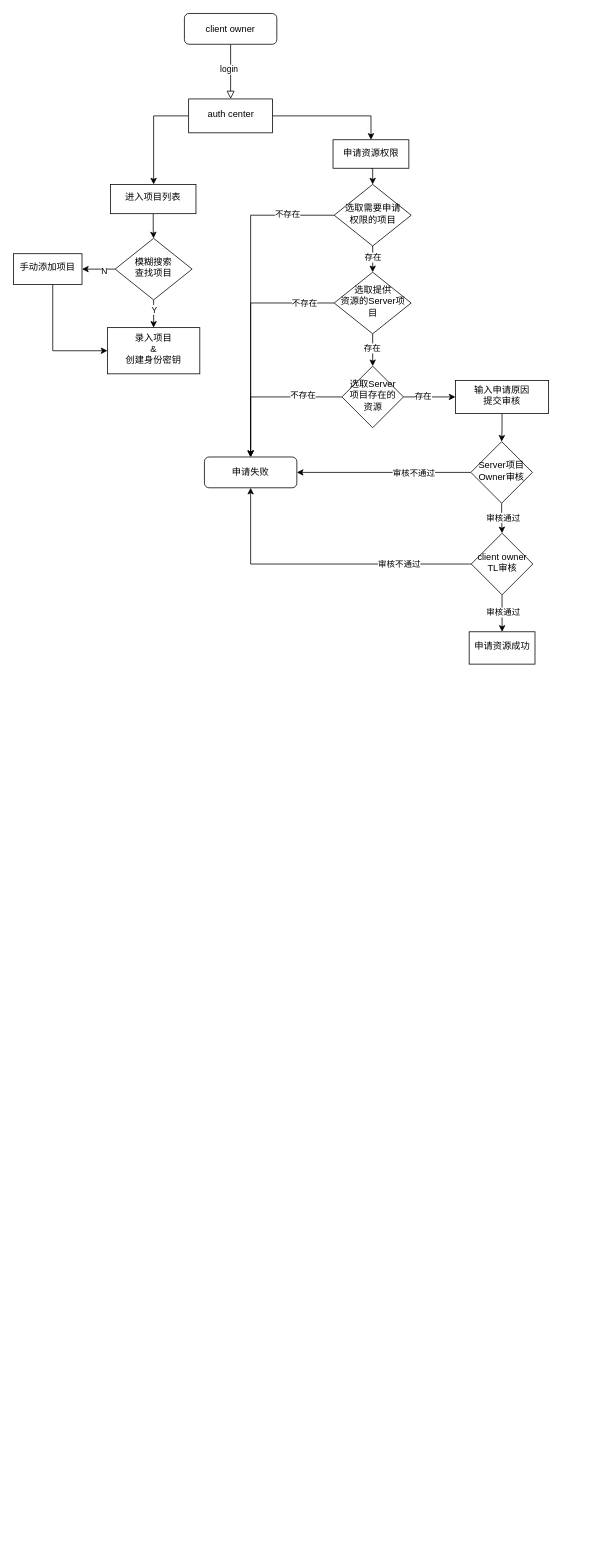
Above: 鉴权中心-client owner与authcenter流程图.drawio in gitcodeporter/draw-uml (draw.io), before the change. Source tidied: cells renumbered, new cells numbered last; positions are measured from the earlier drawing's top-left corner, leaving out a move shared by most shapes. Both pictures are drawn from the tidied source at 77%, with x=0, y=0 at pixel (13, 13).
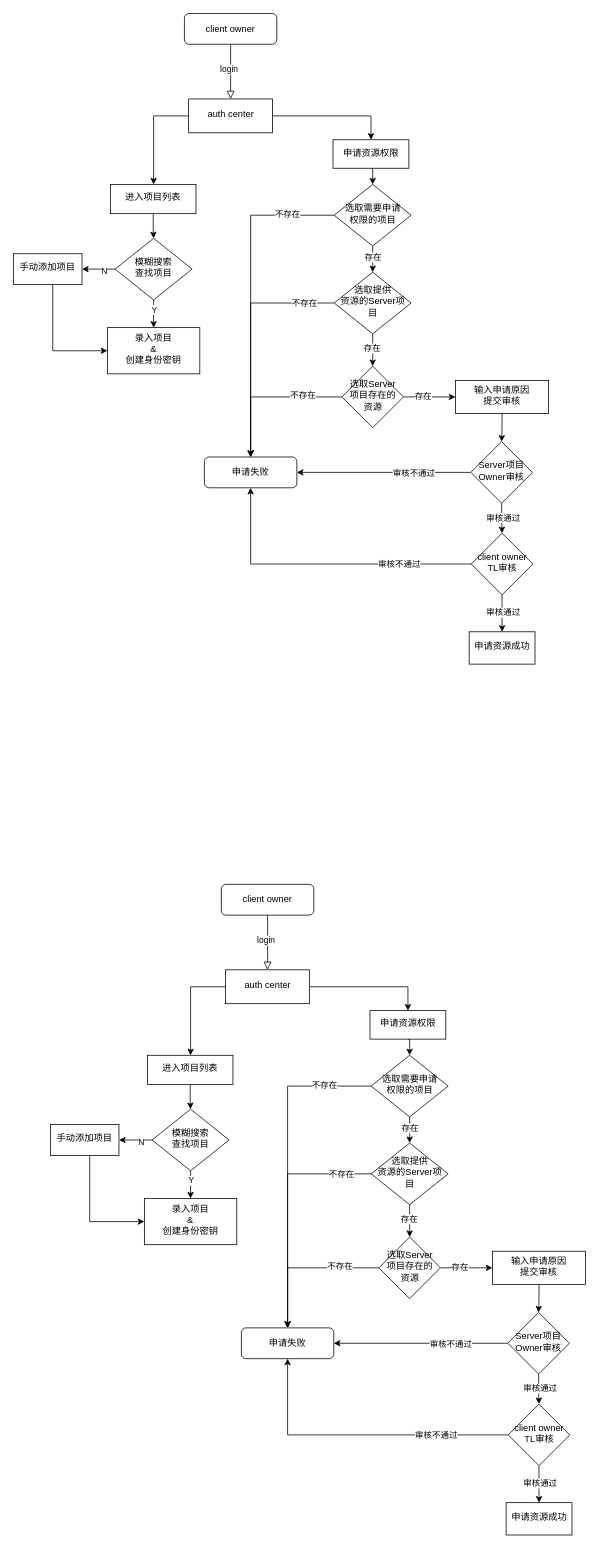
The same page after the edit.

Commit message (it also covers changes not shown here):
更新鉴权中心-client owner与authcenter流程图.drawio

Diff of the diagram source:
```diff
@@
+    <mxCell id="49" style="rounded=0;html=1;jettySize=auto;fontSize=11;endArrow=block;endFill=0;endSize=8;strokeWidth=1;shadow=0;labelBackgroundColor=none;edgeStyle=orthogonalEdgeStyle;entryX=0.5;entryY=0;entryDx=0;entryDy=0;" parent="1" edge="1" source="51" target="91">
+      <mxGeometry relative="1" as="geometry" />
+    </mxCell>
+    <mxCell id="50" value="login" style="edgeLabel;html=1;align=center;verticalAlign=middle;" parent="49" vertex="1">
+      <mxGeometry x="-0.09" y="-3" relative="1" as="geometry" />
+    </mxCell>
+    <mxCell id="51" value="client owner" style="rounded=1;whiteSpace=wrap;html=1;fontSize=12;glass=0;strokeWidth=1;shadow=0;" parent="1" vertex="1">
+      <mxGeometry x="270" y="1131" width="120" height="40" as="geometry" />
+    </mxCell>
+    <mxCell id="52" style="edgeStyle=orthogonalEdgeStyle;rounded=0;jettySize=auto;html=1;entryX=0.5;entryY=0;entryDx=0;entryDy=0;" parent="1" edge="1" source="56" target="62">
+      <mxGeometry relative="1" as="geometry" />
+    </mxCell>
+    <mxCell id="53" value="不存在" style="edgeLabel;html=1;align=center;verticalAlign=middle;" parent="52" vertex="1">
+      <mxGeometry x="-0.68" y="-2" relative="1" as="geometry">
+        <mxPoint x="10" y="2" as="offset" />
+      </mxGeometry>
+    </mxCell>
+    <mxCell id="54" style="edgeStyle=orthogonalEdgeStyle;rounded=0;jettySize=auto;html=1;" parent="1" edge="1" source="56" target="88">
+      <mxGeometry relative="1" as="geometry" />
+    </mxCell>
+    <mxCell id="55" value="存在" style="edgeLabel;html=1;align=center;verticalAlign=middle;" parent="54" vertex="1">
+      <mxGeometry x="-0.14" y="-1" relative="1" as="geometry" />
+    </mxCell>
+    <mxCell id="56" value="选取提供&lt;br&gt;资源的Server项目" style="rhombus;whiteSpace=wrap;html=1;shadow=0;fontFamily=Helvetica;fontSize=12;align=center;strokeWidth=1;spacing=6;spacingTop=-4;" parent="1" vertex="1">
+      <mxGeometry x="464.5" y="1467" width="100" height="80" as="geometry" />
+    </mxCell>
+    <mxCell id="57" style="edgeStyle=orthogonalEdgeStyle;rounded=0;jettySize=auto;html=1;" parent="1" edge="1" source="61" target="68">
+      <mxGeometry relative="1" as="geometry" />
+    </mxCell>
+    <mxCell id="58" value="Y" style="edgeLabel;html=1;align=center;verticalAlign=middle;" parent="57" vertex="1">
+      <mxGeometry x="-0.45" relative="1" as="geometry" />
+    </mxCell>
+    <mxCell id="59" style="edgeStyle=orthogonalEdgeStyle;rounded=0;jettySize=auto;html=1;" parent="1" edge="1" source="61" target="70">
+      <mxGeometry relative="1" as="geometry" />
+    </mxCell>
+    <mxCell id="60" value="N" style="edgeLabel;html=1;align=center;verticalAlign=middle;" parent="59" vertex="1">
+      <mxGeometry x="-0.3" y="2" relative="1" as="geometry" />
+    </mxCell>
+    <mxCell id="61" value="模糊搜索&lt;br&gt;查找项目" style="rhombus;whiteSpace=wrap;html=1;shadow=0;fontFamily=Helvetica;fontSize=12;align=center;strokeWidth=1;spacing=6;spacingTop=-4;" parent="1" vertex="1">
+      <mxGeometry x="180" y="1423" width="100" height="80" as="geometry" />
+    </mxCell>
+    <mxCell id="62" value="申请失败" style="rounded=1;whiteSpace=wrap;html=1;fontSize=12;glass=0;strokeWidth=1;shadow=0;" parent="1" vertex="1">
+      <mxGeometry x="296" y="1707" width="120" height="40" as="geometry" />
+    </mxCell>
+    <mxCell id="63" style="edgeStyle=orthogonalEdgeStyle;rounded=0;jettySize=auto;html=1;exitX=0.5;exitY=1;exitDx=0;exitDy=0;entryX=0.5;entryY=0;entryDx=0;entryDy=0;" parent="1" edge="1" source="67" target="56">
+      <mxGeometry relative="1" as="geometry" />
+    </mxCell>
+    <mxCell id="64" value="存在" style="edgeLabel;html=1;align=center;verticalAlign=middle;" parent="63" vertex="1">
+      <mxGeometry x="-0.18" relative="1" as="geometry" />
+    </mxCell>
+    <mxCell id="65" style="edgeStyle=orthogonalEdgeStyle;rounded=0;jettySize=auto;html=1;entryX=0.5;entryY=0;entryDx=0;entryDy=0;" parent="1" edge="1" source="67" target="62">
+      <mxGeometry relative="1" as="geometry" />
+    </mxCell>
+    <mxCell id="66" value="不存在" style="edgeLabel;html=1;align=center;verticalAlign=middle;" parent="65" vertex="1">
+      <mxGeometry x="-0.71" y="-2" relative="1" as="geometry" />
+    </mxCell>
+    <mxCell id="67" value="选取需要申请&lt;br&gt;权限的项目" style="rhombus;whiteSpace=wrap;html=1;shadow=0;fontFamily=Helvetica;fontSize=12;align=center;strokeWidth=1;spacing=6;spacingTop=-4;" parent="1" vertex="1">
+      <mxGeometry x="464.5" y="1353" width="100" height="80" as="geometry" />
+    </mxCell>
+    <mxCell id="68" value="录入项目 &lt;br&gt;&amp;amp; &lt;br&gt;创建身份密钥" style="whiteSpace=wrap;html=1;shadow=0;strokeWidth=1;spacing=6;spacingTop=-4;" parent="1" vertex="1">
+      <mxGeometry x="170" y="1539" width="120" height="60" as="geometry" />
+    </mxCell>
+    <mxCell id="69" style="edgeStyle=orthogonalEdgeStyle;rounded=0;jettySize=auto;html=1;entryX=0;entryY=0.5;entryDx=0;entryDy=0;" parent="1" edge="1" source="70" target="68">
+      <mxGeometry relative="1" as="geometry">
+        <Array as="points">
+          <mxPoint x="99" y="1569" />
+        </Array>
+      </mxGeometry>
+    </mxCell>
+    <mxCell id="70" value="手动添加项目" style="whiteSpace=wrap;html=1;shadow=0;strokeWidth=1;spacing=6;spacingTop=-4;" parent="1" vertex="1">
+      <mxGeometry x="48" y="1443" width="89" height="40" as="geometry" />
+    </mxCell>
+    <mxCell id="71" style="edgeStyle=orthogonalEdgeStyle;rounded=0;jettySize=auto;html=1;exitX=0.5;exitY=1;exitDx=0;exitDy=0;" parent="1" edge="1" source="72" target="77">
+      <mxGeometry relative="1" as="geometry" />
+    </mxCell>
+    <mxCell id="72" value="输入申请原因&lt;br&gt;提交审核" style="whiteSpace=wrap;html=1;shadow=0;strokeWidth=1;spacing=6;spacingTop=-4;" parent="1" vertex="1">
+      <mxGeometry x="622" y="1607.5" width="121" height="43" as="geometry" />
+    </mxCell>
+    <mxCell id="73" style="edgeStyle=orthogonalEdgeStyle;rounded=0;jettySize=auto;html=1;" parent="1" edge="1" source="77" target="82">
+      <mxGeometry relative="1" as="geometry" />
+    </mxCell>
+    <mxCell id="74" value="审核通过" style="edgeLabel;html=1;align=center;verticalAlign=middle;" parent="73" vertex="1">
+      <mxGeometry x="-0.07" y="1" relative="1" as="geometry" />
+    </mxCell>
+    <mxCell id="75" style="edgeStyle=orthogonalEdgeStyle;rounded=0;jettySize=auto;html=1;exitX=0;exitY=0.5;exitDx=0;exitDy=0;entryX=1;entryY=0.5;entryDx=0;entryDy=0;" parent="1" edge="1" source="77" target="62">
+      <mxGeometry relative="1" as="geometry" />
+    </mxCell>
+    <mxCell id="76" value="审核不通过" style="edgeLabel;html=1;align=center;verticalAlign=middle;" parent="75" vertex="1">
+      <mxGeometry x="-0.34" relative="1" as="geometry" />
+    </mxCell>
+    <mxCell id="77" value="Server项目Owner审核" style="rhombus;whiteSpace=wrap;html=1;shadow=0;strokeWidth=1;spacing=6;spacingTop=-4;" parent="1" vertex="1">
+      <mxGeometry x="642" y="1687" width="80" height="80" as="geometry" />
+    </mxCell>
+    <mxCell id="78" style="edgeStyle=orthogonalEdgeStyle;rounded=0;jettySize=auto;html=1;entryX=0.5;entryY=1;entryDx=0;entryDy=0;" parent="1" edge="1" source="82" target="62">
+      <mxGeometry relative="1" as="geometry" />
+    </mxCell>
+    <mxCell id="79" value="审核不通过" style="edgeLabel;html=1;align=center;verticalAlign=middle;" parent="78" vertex="1">
+      <mxGeometry x="-0.51" relative="1" as="geometry" />
+    </mxCell>
+    <mxCell id="80" style="edgeStyle=orthogonalEdgeStyle;rounded=0;jettySize=auto;html=1;" parent="1" edge="1" source="82" target="83">
+      <mxGeometry relative="1" as="geometry" />
+    </mxCell>
+    <mxCell id="81" value="审核通过" style="edgeLabel;html=1;align=center;verticalAlign=middle;" parent="80" vertex="1">
+      <mxGeometry x="-0.09" y="1" relative="1" as="geometry" />
+    </mxCell>
+    <mxCell id="82" value="client owner TL审核" style="rhombus;whiteSpace=wrap;html=1;shadow=0;strokeWidth=1;spacing=6;spacingTop=-4;" parent="1" vertex="1">
+      <mxGeometry x="642.5" y="1806" width="80" height="80" as="geometry" />
+    </mxCell>
+    <mxCell id="83" value="申请资源成功" style="whiteSpace=wrap;html=1;shadow=0;strokeWidth=1;spacing=6;spacingTop=-4;" parent="1" vertex="1">
+      <mxGeometry x="639.8" y="1934" width="85.5" height="42" as="geometry" />
+    </mxCell>
+    <mxCell id="84" style="edgeStyle=orthogonalEdgeStyle;rounded=0;jettySize=auto;html=1;entryX=0.5;entryY=0;entryDx=0;entryDy=0;" parent="1" edge="1" source="88" target="62">
+      <mxGeometry relative="1" as="geometry" />
+    </mxCell>
+    <mxCell id="85" value="不存在" style="edgeLabel;html=1;align=center;verticalAlign=middle;" parent="84" vertex="1">
+      <mxGeometry x="-0.66" y="-3" relative="1" as="geometry">
+        <mxPoint x="-18" as="offset" />
+      </mxGeometry>
+    </mxCell>
+    <mxCell id="86" style="edgeStyle=orthogonalEdgeStyle;rounded=0;jettySize=auto;html=1;exitX=1;exitY=0.5;exitDx=0;exitDy=0;entryX=0;entryY=0.5;entryDx=0;entryDy=0;" parent="1" edge="1" source="88" target="72">
+      <mxGeometry relative="1" as="geometry" />
+    </mxCell>
+    <mxCell id="87" value="存在" style="edgeLabel;html=1;align=center;verticalAlign=middle;" parent="86" vertex="1">
+      <mxGeometry x="-0.26" y="2" relative="1" as="geometry" />
+    </mxCell>
+    <mxCell id="88" value="选取Server项目存在的资源" style="rhombus;whiteSpace=wrap;html=1;shadow=0;strokeWidth=1;spacing=6;spacingTop=-4;" parent="1" vertex="1">
+      <mxGeometry x="474.5" y="1589" width="80" height="80" as="geometry" />
+    </mxCell>
+    <mxCell id="89" style="edgeStyle=orthogonalEdgeStyle;rounded=0;jettySize=auto;html=1;" parent="1" edge="1" source="91" target="93">
+      <mxGeometry relative="1" as="geometry" />
+    </mxCell>
+    <mxCell id="90" style="edgeStyle=orthogonalEdgeStyle;rounded=0;jettySize=auto;html=1;" parent="1" edge="1" source="91" target="95">
+      <mxGeometry relative="1" as="geometry">
+        <Array as="points">
+          <mxPoint x="230" y="1264" />
+        </Array>
+      </mxGeometry>
+    </mxCell>
+    <mxCell id="91" value="&lt;span&gt;auth center&lt;/span&gt;" style="whiteSpace=wrap;html=1;shadow=0;strokeWidth=1;spacing=6;spacingTop=-4;" parent="1" vertex="1">
+      <mxGeometry x="275.5" y="1242" width="109" height="44" as="geometry" />
+    </mxCell>
+    <mxCell id="92" style="edgeStyle=orthogonalEdgeStyle;rounded=0;jettySize=auto;html=1;exitX=0.5;exitY=1;exitDx=0;exitDy=0;entryX=0.5;entryY=0;entryDx=0;entryDy=0;" parent="1" edge="1" source="93" target="67">
+      <mxGeometry relative="1" as="geometry" />
+    </mxCell>
+    <mxCell id="93" value="申请资源权限" style="whiteSpace=wrap;html=1;shadow=0;strokeWidth=1;spacing=6;spacingTop=-4;" parent="1" vertex="1">
+      <mxGeometry x="463" y="1295" width="98.5" height="37" as="geometry" />
+    </mxCell>
+    <mxCell id="94" style="edgeStyle=orthogonalEdgeStyle;rounded=0;jettySize=auto;html=1;" parent="1" edge="1" source="95" target="61">
+      <mxGeometry relative="1" as="geometry" />
+    </mxCell>
+    <mxCell id="95" value="进入项目列表" style="whiteSpace=wrap;html=1;shadow=0;strokeWidth=1;spacing=6;spacingTop=-4;" parent="1" vertex="1">
+      <mxGeometry x="174" y="1353" width="111" height="38" as="geometry" />
+    </mxCell>
```
